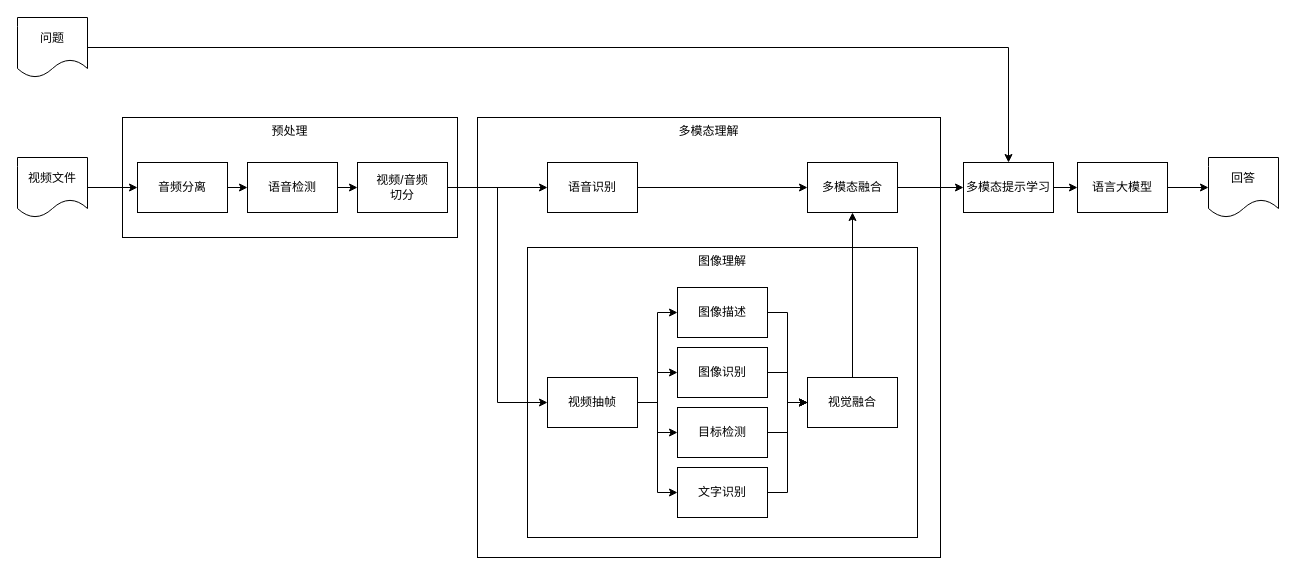
This is 未命名绘图.drawio from Pass-O-Guava/A-drawio, a draw.io file, before an edit. Source tidied: cells renumbered, new cells numbered last; positions are measured from the earlier drawing's top-left corner, leaving out a move shared by most shapes. Both pictures are drawn from the tidied source at 100%, with x=0, y=0 at pixel (17, 17).
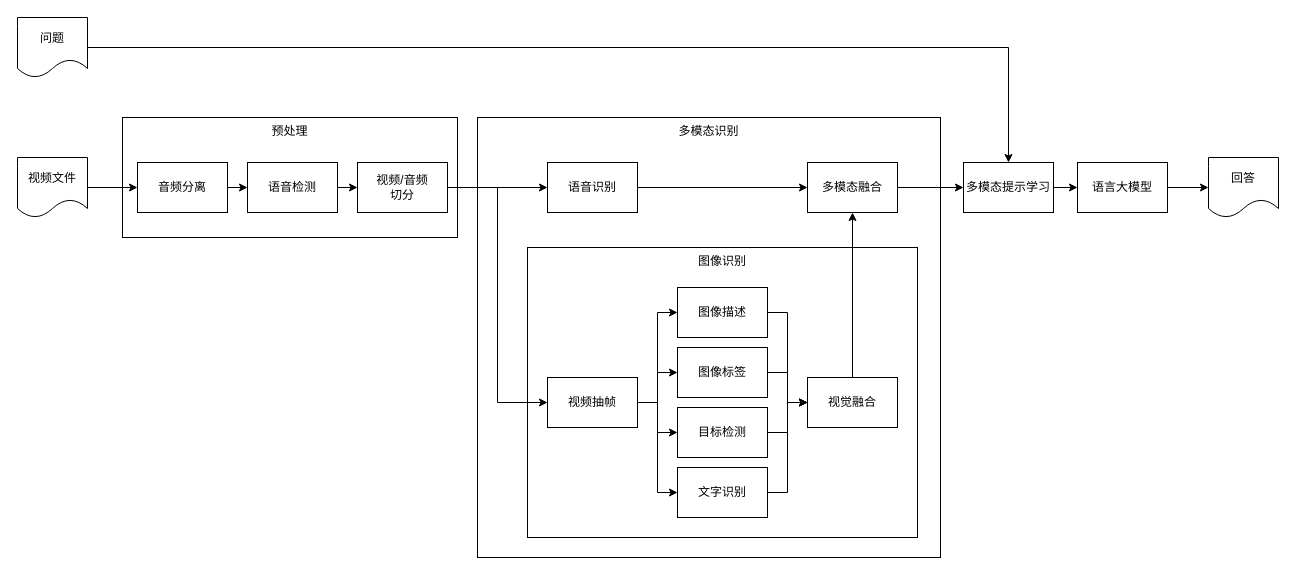
Above is the later version.

Commit message:
更新未命名绘图.drawio

Change to the diagram source:
```diff
@@
-    <mxCell id="2" value="多模态理解" style="rounded=0;whiteSpace=wrap;html=1;verticalAlign=top;" parent="1" vertex="1">
+    <mxCell id="2" value="多模态识别" style="rounded=0;whiteSpace=wrap;html=1;verticalAlign=top;" parent="1" vertex="1">
       <mxGeometry x="460" y="100" width="463" height="440" as="geometry" />
     </mxCell>
-    <mxCell id="3" value="图像理解" style="rounded=0;whiteSpace=wrap;html=1;verticalAlign=top;" parent="1" vertex="1">
+    <mxCell id="3" value="图像识别" style="rounded=0;whiteSpace=wrap;html=1;verticalAlign=top;" parent="1" vertex="1">
       <mxGeometry x="510" y="230" width="390" height="290" as="geometry" />
     </mxCell>
@@
-    <mxCell id="24" value="图像识别" style="rounded=0;whiteSpace=wrap;html=1;" parent="1" vertex="1">
+    <mxCell id="24" value="图像标签" style="rounded=0;whiteSpace=wrap;html=1;" parent="1" vertex="1">
       <mxGeometry x="660" y="330" width="90" height="50" as="geometry" />
     </mxCell>
```
